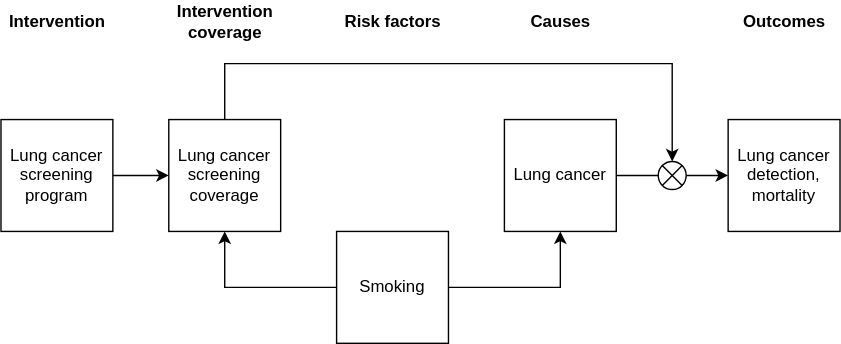
Above: docs/source/concept_models/vivarium_swissre_lungcancer/concept_model_diagram.svg in ihmeuw/vivarium_research (draw.io), before the change. Source tidied: cells renumbered, new cells last; positions are measured from the earlier drawing's top-left corner, leaving out a move shared by most shapes. Its diagram source:
```xml
<mxGraphModel>
  <root>
    <mxCell id="0" />
    <mxCell id="1" parent="0" />
    <mxCell id="2" style="edgeStyle=orthogonalEdgeStyle;rounded=0;jettySize=auto;html=1;exitX=1;exitY=0.5;exitDx=0;exitDy=0;" parent="1" edge="1" source="3" target="5">
      <mxGeometry relative="1" as="geometry" />
    </mxCell>
    <mxCell id="3" value="Lung cancer screening program" style="whiteSpace=wrap;html=1;" parent="1" vertex="1">
      <mxGeometry y="85" width="80" height="80" as="geometry" />
    </mxCell>
    <mxCell id="4" style="edgeStyle=orthogonalEdgeStyle;rounded=0;jettySize=auto;html=1;exitX=0.5;exitY=0;exitDx=0;exitDy=0;entryX=0.5;entryY=0;entryDx=0;entryDy=0;" parent="1" edge="1" source="5" target="12">
      <mxGeometry relative="1" as="geometry">
        <Array as="points">
          <mxPoint x="160" y="45" />
          <mxPoint x="480" y="45" />
        </Array>
      </mxGeometry>
    </mxCell>
    <mxCell id="5" value="Lung cancer screening coverage" style="whiteSpace=wrap;html=1;" parent="1" vertex="1">
      <mxGeometry x="120" y="85" width="80" height="80" as="geometry" />
    </mxCell>
    <mxCell id="6" style="edgeStyle=orthogonalEdgeStyle;rounded=0;jettySize=auto;html=1;exitX=0;exitY=0.5;exitDx=0;exitDy=0;entryX=0.5;entryY=1;entryDx=0;entryDy=0;" parent="1" edge="1" source="8" target="5">
      <mxGeometry relative="1" as="geometry" />
    </mxCell>
    <mxCell id="7" style="edgeStyle=orthogonalEdgeStyle;rounded=0;jettySize=auto;html=1;exitX=1;exitY=0.5;exitDx=0;exitDy=0;entryX=0.5;entryY=1;entryDx=0;entryDy=0;" parent="1" edge="1" source="8" target="10">
      <mxGeometry relative="1" as="geometry" />
    </mxCell>
    <mxCell id="8" value="Smoking" style="whiteSpace=wrap;html=1;" parent="1" vertex="1">
      <mxGeometry x="240" y="165" width="80" height="80" as="geometry" />
    </mxCell>
    <mxCell id="9" style="edgeStyle=orthogonalEdgeStyle;rounded=0;jettySize=auto;html=1;exitX=1;exitY=0.5;exitDx=0;exitDy=0;entryX=0;entryY=0.5;entryDx=0;entryDy=0;" parent="1" edge="1" source="12" target="11">
      <mxGeometry relative="1" as="geometry" />
    </mxCell>
    <mxCell id="10" value="Lung cancer" style="whiteSpace=wrap;html=1;" parent="1" vertex="1">
      <mxGeometry x="360" y="85" width="80" height="80" as="geometry" />
    </mxCell>
    <mxCell id="11" value="Lung cancer detection, mortality" style="whiteSpace=wrap;html=1;" parent="1" vertex="1">
      <mxGeometry x="520" y="85" width="80" height="80" as="geometry" />
    </mxCell>
    <mxCell id="12" style="shape=sumEllipse;perimeter=ellipsePerimeter;whiteSpace=wrap;html=1;backgroundOutline=1;" parent="1" vertex="1">
      <mxGeometry x="470" y="115" width="20" height="20" as="geometry" />
    </mxCell>
    <mxCell id="13" style="endArrow=none;html=1;exitX=1;exitY=0.5;exitDx=0;exitDy=0;entryX=0;entryY=0.5;entryDx=0;entryDy=0;" parent="1" edge="1" source="10" target="12">
      <mxGeometry relative="1" as="geometry" />
    </mxCell>
    <mxCell id="14" value="&lt;b&gt;Intervention&lt;/b&gt;" style="text;html=1;align=center;verticalAlign=middle;" parent="1" vertex="1">
      <mxGeometry y="5" width="80" height="20" as="geometry" />
    </mxCell>
    <mxCell id="15" value="&lt;b&gt;Intervention&lt;br&gt;coverage&lt;/b&gt;" style="text;html=1;align=center;verticalAlign=middle;" parent="1" vertex="1">
      <mxGeometry x="120" width="80" height="30" as="geometry" />
    </mxCell>
    <mxCell id="16" value="&lt;b&gt;Risk factors&lt;/b&gt;" style="text;html=1;align=center;verticalAlign=middle;" parent="1" vertex="1">
      <mxGeometry x="240" y="5" width="80" height="20" as="geometry" />
    </mxCell>
    <mxCell id="17" value="&lt;b&gt;Causes&lt;/b&gt;" style="text;html=1;align=center;verticalAlign=middle;" parent="1" vertex="1">
      <mxGeometry x="370" y="5" width="60" height="20" as="geometry" />
    </mxCell>
    <mxCell id="18" value="&lt;b&gt;Outcomes&lt;/b&gt;" style="text;html=1;align=center;verticalAlign=middle;" parent="1" vertex="1">
      <mxGeometry x="525" y="5" width="70" height="20" as="geometry" />
    </mxCell>
  </root>
</mxGraphModel>
```
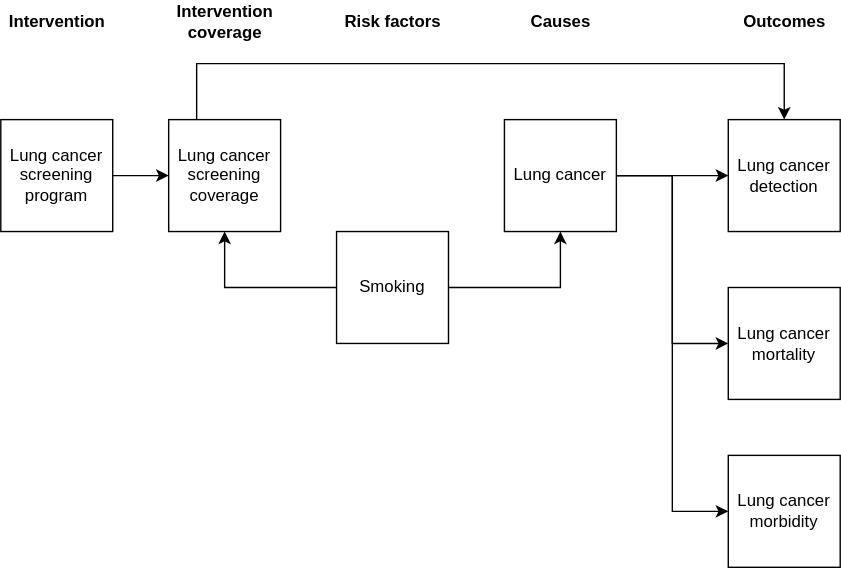
After the change.

Change to the diagram source:
```diff
@@ -8,14 +8,15 @@
     <mxCell id="3" value="Lung cancer screening program" style="whiteSpace=wrap;html=1;" parent="1" vertex="1">
       <mxGeometry y="85" width="80" height="80" as="geometry" />
     </mxCell>
-    <mxCell id="4" style="edgeStyle=orthogonalEdgeStyle;rounded=0;jettySize=auto;html=1;exitX=0.5;exitY=0;exitDx=0;exitDy=0;entryX=0.5;entryY=0;entryDx=0;entryDy=0;" parent="1" edge="1" source="5" target="12">
-      <mxGeometry relative="1" as="geometry">
-        <Array as="points">
-          <mxPoint x="160" y="45" />
-          <mxPoint x="480" y="45" />
-        </Array>
-      </mxGeometry>
-    </mxCell>
+    <mxCell id="19" style="edgeStyle=orthogonalEdgeStyle;rounded=0;jettySize=auto;html=1;exitX=0.5;exitY=0;exitDx=0;exitDy=0;entryX=0.5;entryY=0;entryDx=0;entryDy=0;" parent="1" edge="1" source="5" target="11">
+      <mxGeometry relative="1" as="geometry">
+        <Array as="points">
+          <mxPoint x="140" y="85" />
+          <mxPoint x="140" y="45" />
+          <mxPoint x="560" y="45" />
+        </Array>
+      </mxGeometry>
+    </mxCell>
     <mxCell id="5" value="Lung cancer screening coverage" style="whiteSpace=wrap;html=1;" parent="1" vertex="1">
       <mxGeometry x="120" y="85" width="80" height="80" as="geometry" />
     </mxCell>
@@ -28,21 +29,21 @@
     <mxCell id="8" value="Smoking" style="whiteSpace=wrap;html=1;" parent="1" vertex="1">
       <mxGeometry x="240" y="165" width="80" height="80" as="geometry" />
     </mxCell>
-    <mxCell id="9" style="edgeStyle=orthogonalEdgeStyle;rounded=0;jettySize=auto;html=1;exitX=1;exitY=0.5;exitDx=0;exitDy=0;entryX=0;entryY=0.5;entryDx=0;entryDy=0;" parent="1" edge="1" source="12" target="11">
-      <mxGeometry relative="1" as="geometry" />
-    </mxCell>
+    <mxCell id="20" style="edgeStyle=orthogonalEdgeStyle;rounded=0;jettySize=auto;html=1;exitX=1;exitY=0.5;exitDx=0;exitDy=0;" parent="1" edge="1" source="10" target="11">
+      <mxGeometry relative="1" as="geometry" />
+    </mxCell>
+    <mxCell id="21" style="edgeStyle=orthogonalEdgeStyle;rounded=0;jettySize=auto;html=1;entryX=0;entryY=0.5;entryDx=0;entryDy=0;" parent="1" edge="1" source="10" target="23">
+      <mxGeometry relative="1" as="geometry" />
+    </mxCell>
+    <mxCell id="22" style="edgeStyle=orthogonalEdgeStyle;rounded=0;jettySize=auto;html=1;exitX=1;exitY=0.5;exitDx=0;exitDy=0;entryX=0;entryY=0.5;entryDx=0;entryDy=0;" parent="1" edge="1" source="10" target="24">
+      <mxGeometry relative="1" as="geometry" />
+    </mxCell>
     <mxCell id="10" value="Lung cancer" style="whiteSpace=wrap;html=1;" parent="1" vertex="1">
       <mxGeometry x="360" y="85" width="80" height="80" as="geometry" />
     </mxCell>
-    <mxCell id="11" value="Lung cancer detection, mortality" style="whiteSpace=wrap;html=1;" parent="1" vertex="1">
+    <mxCell id="11" value="Lung cancer detection" style="whiteSpace=wrap;html=1;" parent="1" vertex="1">
       <mxGeometry x="520" y="85" width="80" height="80" as="geometry" />
     </mxCell>
-    <mxCell id="12" style="shape=sumEllipse;perimeter=ellipsePerimeter;whiteSpace=wrap;html=1;backgroundOutline=1;" parent="1" vertex="1">
-      <mxGeometry x="470" y="115" width="20" height="20" as="geometry" />
-    </mxCell>
-    <mxCell id="13" style="endArrow=none;html=1;exitX=1;exitY=0.5;exitDx=0;exitDy=0;entryX=0;entryY=0.5;entryDx=0;entryDy=0;" parent="1" edge="1" source="10" target="12">
-      <mxGeometry relative="1" as="geometry" />
-    </mxCell>
     <mxCell id="14" value="&lt;b&gt;Intervention&lt;/b&gt;" style="text;html=1;align=center;verticalAlign=middle;" parent="1" vertex="1">
       <mxGeometry y="5" width="80" height="20" as="geometry" />
     </mxCell>
@@ -58,5 +59,11 @@
     <mxCell id="18" value="&lt;b&gt;Outcomes&lt;/b&gt;" style="text;html=1;align=center;verticalAlign=middle;" parent="1" vertex="1">
       <mxGeometry x="525" y="5" width="70" height="20" as="geometry" />
     </mxCell>
+    <mxCell id="23" value="Lung cancer mortality" style="whiteSpace=wrap;html=1;" parent="1" vertex="1">
+      <mxGeometry x="520" y="205" width="80" height="80" as="geometry" />
+    </mxCell>
+    <mxCell id="24" value="Lung cancer morbidity" style="whiteSpace=wrap;html=1;" parent="1" vertex="1">
+      <mxGeometry x="520" y="325" width="80" height="80" as="geometry" />
+    </mxCell>
   </root>
 </mxGraphModel>
```
